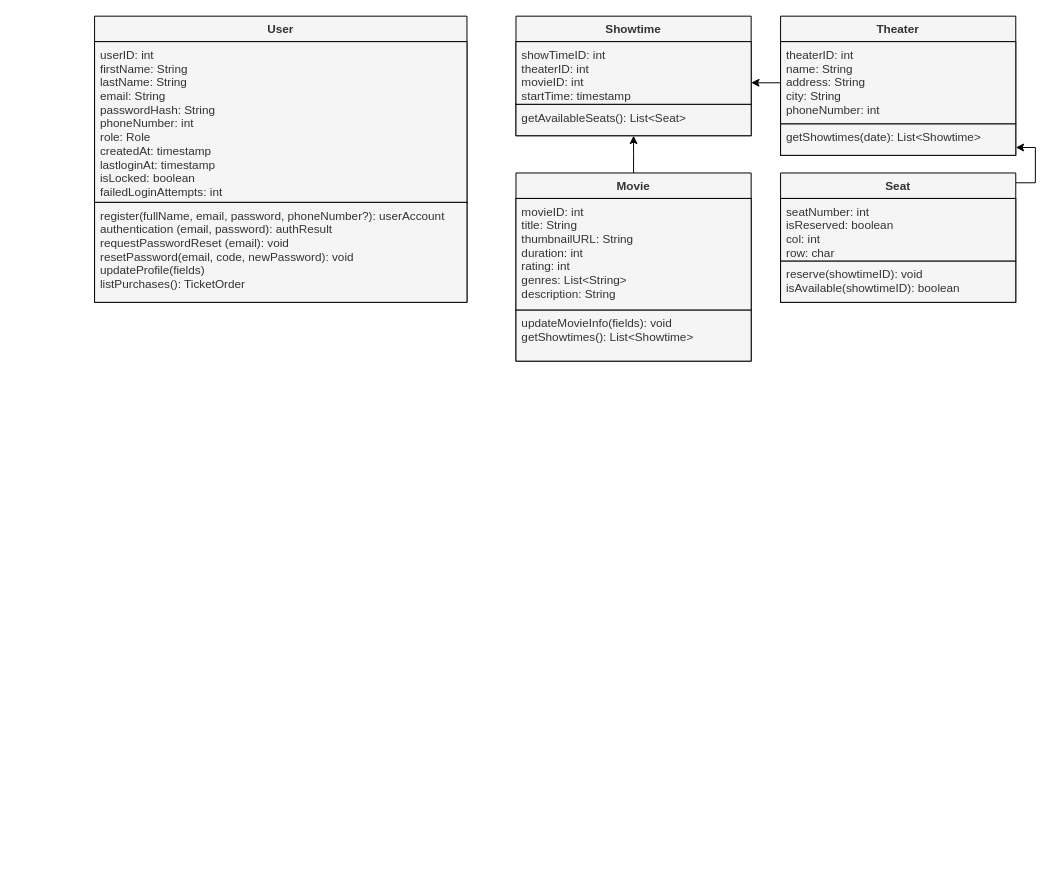
Before: UML Class Diagram.drawio in JCoding8127/CS250-04-Group18, a draw.io diagram. Source tidied: cells renumbered, new cells numbered last; positions are measured from the earlier drawing's top-left corner, leaving out a move shared by most shapes. Both pictures are drawn from the tidied source at 98%, with x=0, y=0 at pixel (94, 16).
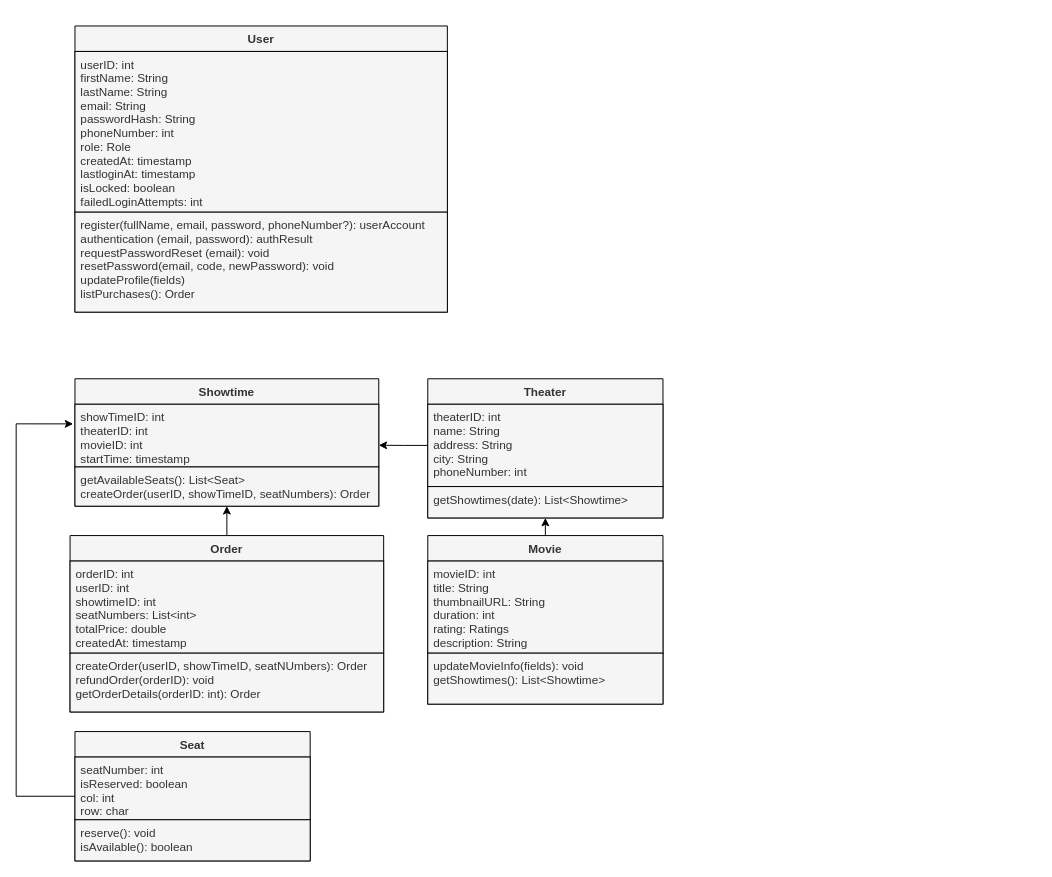
After the change.

Commit message (it also covers changes not shown here):
Updated UML Class Diagram & SRS

Updated 6.3 UML Class Diagram
Created 6.4.2 Class 3-6

Unchanged cells that the change refers to:
```xml
<mxCell id="11" value="getShowtimes(date): List&lt;Showtime&gt;" style="text;align=left;verticalAlign=top;spacingLeft=4;spacingRight=4;overflow=hidden;points=[[0,0.5],[1,0.5]];portConstraint=eastwest;fillColor=#f5f5f5;fontColor=#333333;strokeColor=light-dark(#000000,#000000);" parent="9" vertex="1">
  <mxGeometry y="110" width="240" height="32" as="geometry" />
</mxCell>
```

The edit, as a diff of the source:
```diff
@@
     <mxCell id="2" value="User" style="swimlane;fontStyle=1;align=center;verticalAlign=top;horizontal=1;startSize=26;fillColor=#f5f5f5;fontColor=#333333;strokeColor=light-dark(#000000,#000000);" parent="1" vertex="1">
-      <mxGeometry width="380" height="292" as="geometry" />
+      <mxGeometry x="-20" y="10" width="380" height="292" as="geometry" />
     </mxCell>
@@
-    <mxCell id="4" value="register(fullName, email, password, phoneNumber?): userAccount&#10;authentication (email, password): authResult&#10;requestPasswordReset (email): void&#10;resetPassword(email, code, newPassword): void&#10;updateProfile(fields)&#10;listPurchases(): TicketOrder" style="text;align=left;verticalAlign=top;spacingLeft=4;spacingRight=4;overflow=hidden;fillColor=#f5f5f5;fontColor=#333333;strokeColor=light-dark(#000000,#000000);" parent="2" vertex="1">
+    <mxCell id="4" value="register(fullName, email, password, phoneNumber?): userAccount&#10;authentication (email, password): authResult&#10;requestPasswordReset (email): void&#10;resetPassword(email, code, newPassword): void&#10;updateProfile(fields)&#10;listPurchases(): Order" style="text;align=left;verticalAlign=top;spacingLeft=4;spacingRight=4;overflow=hidden;fillColor=#f5f5f5;fontColor=#333333;strokeColor=light-dark(#000000,#000000);" parent="2" vertex="1">
       <mxGeometry y="190" width="380" height="102" as="geometry" />
     </mxCell>
-    <mxCell id="5" style="edgeStyle=orthogonalEdgeStyle;rounded=0;jettySize=auto;html=1;fillColor=#f5f5f5;strokeColor=light-dark(#000000,#000000);" parent="1" edge="1" source="6" target="18">
-      <mxGeometry relative="1" as="geometry">
-        <Array as="points">
-          <mxPoint x="550" y="140" />
-          <mxPoint x="550" y="140" />
-        </Array>
-      </mxGeometry>
-    </mxCell>
+    <mxCell id="20" style="edgeStyle=orthogonalEdgeStyle;rounded=0;jettySize=auto;html=1;strokeColor=light-dark(#000000,#000000);" parent="1" edge="1" source="6" target="11">
+      <mxGeometry relative="1" as="geometry">
+        <Array as="points">
+          <mxPoint x="460" y="510" />
+          <mxPoint x="460" y="510" />
+        </Array>
+      </mxGeometry>
+    </mxCell>
     <mxCell id="6" value="Movie" style="swimlane;fontStyle=1;align=center;verticalAlign=top;horizontal=1;startSize=26;fillColor=#f5f5f5;fontColor=#333333;strokeColor=light-dark(#000000,#000000);" parent="1" vertex="1">
-      <mxGeometry x="430" y="160" width="240" height="192" as="geometry" />
+      <mxGeometry x="340" y="530" width="240" height="172" as="geometry" />
     </mxCell>
-    <mxCell id="7" value="movieID: int&#10;title: String&#10;thumbnailURL: String&#10;duration: int&#10;rating: int&#10;genres: List&lt;String&gt;&#10;description: String" style="text;align=left;verticalAlign=top;spacingLeft=4;spacingRight=4;overflow=hidden;fillColor=#f5f5f5;fontColor=#333333;strokeColor=light-dark(#000000,#000000);" parent="6" vertex="1">
-      <mxGeometry y="26" width="240" height="114" as="geometry" />
+    <mxCell id="7" value="movieID: int&#10;title: String&#10;thumbnailURL: String&#10;duration: int&#10;rating: Ratings&#10;description: String" style="text;align=left;verticalAlign=top;spacingLeft=4;spacingRight=4;overflow=hidden;fillColor=#f5f5f5;fontColor=#333333;strokeColor=light-dark(#000000,#000000);" parent="6" vertex="1">
+      <mxGeometry y="26" width="240" height="94" as="geometry" />
     </mxCell>
     <mxCell id="8" value="updateMovieInfo(fields): void&#10;getShowtimes(): List&lt;Showtime&gt;" style="text;align=left;verticalAlign=top;spacingLeft=4;spacingRight=4;overflow=hidden;fillColor=#f5f5f5;fontColor=#333333;strokeColor=light-dark(#000000,#000000);" parent="6" vertex="1">
-      <mxGeometry y="140" width="240" height="52" as="geometry" />
+      <mxGeometry y="120" width="240" height="52" as="geometry" />
     </mxCell>
     <mxCell id="9" value="Theater" style="swimlane;fontStyle=1;align=center;verticalAlign=top;horizontal=1;startSize=26;fillColor=#f5f5f5;fontColor=#333333;strokeColor=light-dark(#000000,#000000);" parent="1" vertex="1">
-      <mxGeometry x="700" width="240" height="142" as="geometry" />
+      <mxGeometry x="340" y="370" width="240" height="142" as="geometry" />
     </mxCell>
@@
-    <mxCell id="12" style="edgeStyle=orthogonalEdgeStyle;rounded=0;jettySize=auto;html=1;fillColor=#f5f5f5;strokeColor=light-dark(#000000,#000000);" parent="1" edge="1" source="13" target="11">
-      <mxGeometry relative="1" as="geometry">
-        <Array as="points">
-          <mxPoint x="820" y="170" />
-          <mxPoint x="960" y="170" />
-          <mxPoint x="960" y="134" />
-        </Array>
-      </mxGeometry>
-    </mxCell>
+    <mxCell id="21" style="edgeStyle=orthogonalEdgeStyle;rounded=0;jettySize=auto;html=1;entryX=-0.006;entryY=0.313;entryDx=0;entryDy=0;entryPerimeter=0;strokeColor=light-dark(#000000,#000000);" parent="1" edge="1" source="13" target="17">
+      <mxGeometry relative="1" as="geometry">
+        <Array as="points">
+          <mxPoint x="-80" y="796" />
+          <mxPoint x="-80" y="416" />
+        </Array>
+      </mxGeometry>
+    </mxCell>
     <mxCell id="13" value="Seat" style="swimlane;fontStyle=1;align=center;verticalAlign=top;horizontal=1;startSize=26;fillColor=#f5f5f5;fontColor=#333333;strokeColor=light-dark(#000000,#000000);" parent="1" vertex="1">
-      <mxGeometry x="700" y="160" width="240" height="132" as="geometry" />
+      <mxGeometry x="-20" y="730" width="240" height="132" as="geometry" />
     </mxCell>
@@
-    <mxCell id="15" value="reserve(showtimeID): void&#10;isAvailable(showtimeID): boolean&#10;" style="text;align=left;verticalAlign=top;spacingLeft=4;spacingRight=4;overflow=hidden;fillColor=#f5f5f5;fontColor=#333333;strokeColor=light-dark(#000000,#000000);" parent="13" vertex="1">
+    <mxCell id="15" value="reserve(): void&#10;isAvailable(): boolean&#10;" style="text;align=left;verticalAlign=top;spacingLeft=4;spacingRight=4;overflow=hidden;fillColor=#f5f5f5;fontColor=#333333;strokeColor=light-dark(#000000,#000000);" parent="13" vertex="1">
       <mxGeometry y="90" width="240" height="42" as="geometry" />
     </mxCell>
     <mxCell id="16" value="Showtime" style="swimlane;fontStyle=1;align=center;verticalAlign=top;horizontal=1;startSize=26;fillColor=#f5f5f5;fontColor=#333333;strokeColor=light-dark(#000000,#000000);" parent="1" vertex="1">
-      <mxGeometry x="430" width="240" height="122" as="geometry" />
+      <mxGeometry x="-20" y="370" width="310" height="130" as="geometry" />
     </mxCell>
     <mxCell id="17" value="showTimeID: int&#10;theaterID: int&#10;movieID: int&#10;startTime: timestamp" style="text;align=left;verticalAlign=top;spacingLeft=4;spacingRight=4;overflow=hidden;points=[[0,0.5],[1,0.5]];portConstraint=eastwest;fillColor=#f5f5f5;fontColor=#333333;strokeColor=light-dark(#000000,#000000);" parent="16" vertex="1">
-      <mxGeometry y="26" width="240" height="64" as="geometry" />
+      <mxGeometry y="26" width="310" height="64" as="geometry" />
     </mxCell>
-    <mxCell id="18" value="getAvailableSeats(): List&lt;Seat&gt;" style="text;align=left;verticalAlign=top;spacingLeft=4;spacingRight=4;overflow=hidden;points=[[0,0.5],[1,0.5]];portConstraint=eastwest;fillColor=#f5f5f5;fontColor=#333333;strokeColor=light-dark(#000000,#000000);" parent="16" vertex="1">
-      <mxGeometry y="90" width="240" height="32" as="geometry" />
+    <mxCell id="18" value="getAvailableSeats(): List&lt;Seat&gt;&#10;createOrder(userID, showTimeID, seatNumbers): Order" style="text;align=left;verticalAlign=top;spacingLeft=4;spacingRight=4;overflow=hidden;points=[[0,0.5],[1,0.5]];portConstraint=eastwest;fillColor=#f5f5f5;fontColor=#333333;strokeColor=light-dark(#000000,#000000);" parent="16" vertex="1">
+      <mxGeometry y="90" width="310" height="40" as="geometry" />
     </mxCell>
@@
+    <mxCell id="22" style="edgeStyle=orthogonalEdgeStyle;rounded=0;jettySize=auto;html=1;strokeColor=light-dark(#000000,#000000);" parent="1" edge="1" source="23" target="18">
+      <mxGeometry relative="1" as="geometry">
+        <Array as="points">
+          <mxPoint x="135" y="510" />
+          <mxPoint x="135" y="510" />
+        </Array>
+      </mxGeometry>
+    </mxCell>
+    <mxCell id="23" value="Order" style="swimlane;fontStyle=1;align=center;verticalAlign=top;horizontal=1;startSize=26;fillColor=#f5f5f5;fontColor=#333333;strokeColor=light-dark(#000000,#000000);" parent="1" vertex="1">
+      <mxGeometry x="-25" y="530" width="320" height="180" as="geometry" />
+    </mxCell>
+    <mxCell id="24" value="orderID: int&#10;userID: int&#10;showtimeID: int&#10;seatNumbers: List&lt;int&gt;&#10;totalPrice: double&#10;createdAt: timestamp&#10;" style="text;align=left;verticalAlign=top;spacingLeft=4;spacingRight=4;overflow=hidden;fillColor=#f5f5f5;fontColor=#333333;strokeColor=light-dark(#000000,#000000);" parent="23" vertex="1">
+      <mxGeometry y="26" width="320" height="94" as="geometry" />
+    </mxCell>
+    <mxCell id="25" value="createOrder(userID, showTimeID, seatNUmbers): Order&#10;refundOrder(orderID): void&#10;getOrderDetails(orderID: int): Order&#10;" style="text;align=left;verticalAlign=top;spacingLeft=4;spacingRight=4;overflow=hidden;fillColor=#f5f5f5;fontColor=#333333;strokeColor=light-dark(#000000,#000000);" parent="23" vertex="1">
+      <mxGeometry y="120" width="320" height="60" as="geometry" />
+    </mxCell>
```
